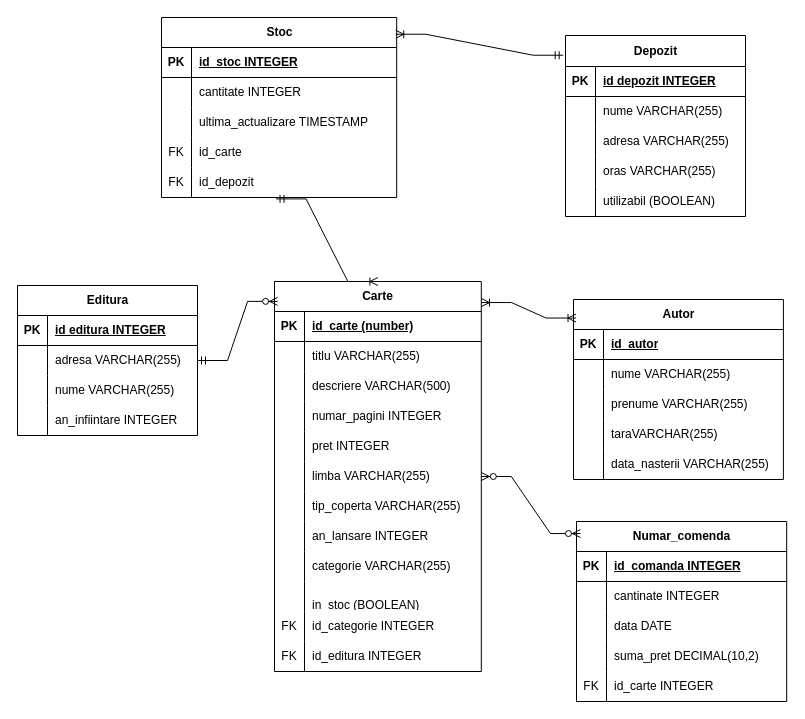
The draw.io diagram Untitled Diagram.drawio in CiprianVlad/facultate, before the edit. Source tidied: cells renumbered, new cells numbered last; positions are measured from the earlier drawing's top-left corner, leaving out a move shared by most shapes. Both pictures are drawn from the tidied source at 100%, with x=0, y=0 at pixel (17, 17).
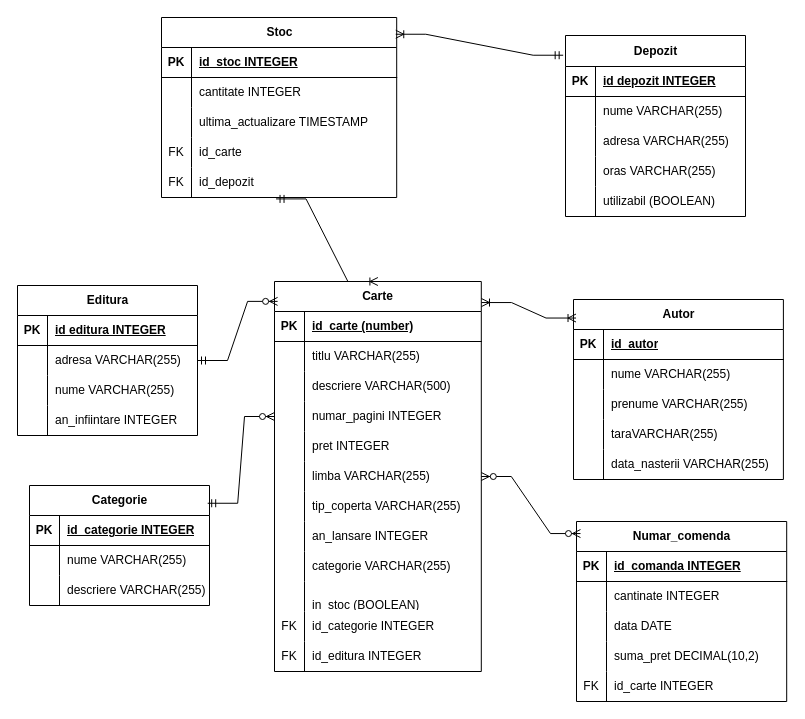
The same page after the edit.

Unchanged cells that the change refers to:
```xml
<mxCell id="12" style="shape=tableRow;horizontal=0;startSize=0;swimlaneHead=0;swimlaneBody=0;fillColor=none;points=[[0,0.5],[1,0.5]];portConstraint=eastwest;top=0;left=0;right=0;bottom=0;" parent="2" vertex="1">
  <mxGeometry y="120" width="206.8" height="30" as="geometry" />
</mxCell>
```

The edit, as a diff of the source:
```diff
@@
+    <mxCell id="121" value="Categorie" style="shape=table;startSize=30;childLayout=tableLayout;rowLines=0;fontStyle=1;align=center;html=1;" parent="1" vertex="1">
+      <mxGeometry x="12" y="468" width="180" height="120" as="geometry" />
+    </mxCell>
+    <mxCell id="122" style="shape=tableRow;horizontal=0;startSize=0;swimlaneHead=0;swimlaneBody=0;fillColor=none;top=0;left=0;right=0;bottom=1;" parent="121" vertex="1">
+      <mxGeometry y="30" width="180" height="30" as="geometry" />
+    </mxCell>
+    <mxCell id="123" value="PK" style="shape=partialRectangle;fillColor=none;top=0;left=0;bottom=0;right=0;fontStyle=1;overflow=hidden;whiteSpace=wrap;html=1;" parent="122" vertex="1">
+      <mxGeometry width="30" height="30" as="geometry" />
+    </mxCell>
+    <mxCell id="124" value="id_categorie INTEGER" style="shape=partialRectangle;fillColor=none;top=0;left=0;bottom=0;right=0;align=left;spacingLeft=6;fontStyle=5;overflow=hidden;whiteSpace=wrap;html=1;" parent="122" vertex="1">
+      <mxGeometry x="30" width="150" height="30" as="geometry" />
+    </mxCell>
+    <mxCell id="125" style="shape=tableRow;horizontal=0;startSize=0;swimlaneHead=0;swimlaneBody=0;fillColor=none;top=0;left=0;right=0;bottom=0;" parent="121" vertex="1">
+      <mxGeometry y="60" width="180" height="30" as="geometry" />
+    </mxCell>
+    <mxCell id="126" style="shape=partialRectangle;fillColor=none;top=0;left=0;bottom=0;right=0;overflow=hidden;whiteSpace=wrap;html=1;" parent="125" vertex="1">
+      <mxGeometry width="30" height="30" as="geometry" />
+    </mxCell>
+    <mxCell id="127" value="nume VARCHAR(255)" style="shape=partialRectangle;fillColor=none;top=0;left=0;bottom=0;right=0;align=left;spacingLeft=6;overflow=hidden;whiteSpace=wrap;html=1;" parent="125" vertex="1">
+      <mxGeometry x="30" width="150" height="30" as="geometry" />
+    </mxCell>
+    <mxCell id="128" style="shape=tableRow;horizontal=0;startSize=0;swimlaneHead=0;swimlaneBody=0;fillColor=none;top=0;left=0;right=0;bottom=0;" parent="121" vertex="1">
+      <mxGeometry y="90" width="180" height="30" as="geometry" />
+    </mxCell>
+    <mxCell id="129" style="shape=partialRectangle;fillColor=none;top=0;left=0;bottom=0;right=0;overflow=hidden;whiteSpace=wrap;html=1;" parent="128" vertex="1">
+      <mxGeometry width="30" height="30" as="geometry" />
+    </mxCell>
+    <mxCell id="130" value="descriere VARCHAR(255)" style="shape=partialRectangle;fillColor=none;top=0;left=0;bottom=0;right=0;align=left;spacingLeft=6;overflow=hidden;whiteSpace=wrap;html=1;" parent="128" vertex="1">
+      <mxGeometry x="30" width="150" height="30" as="geometry" />
+    </mxCell>
+    <mxCell id="131" style="edgeStyle=entityRelationEdgeStyle;fontSize=12;html=1;endArrow=ERzeroToMany;startArrow=ERmandOne;rounded=0;exitX=0.99;exitY=0.148;exitDx=0;exitDy=0;exitPerimeter=0;" parent="1" edge="1" source="121" target="12">
+      <mxGeometry relative="1" as="geometry" />
+    </mxCell>
```
